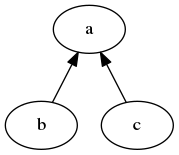
The Graphviz diagram simple.png in CustomProgrammingSolutions/PythonMRO, before a commit. Its source is kept beside it as simple.dot.
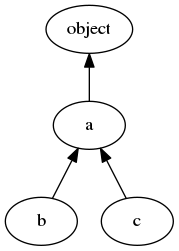
The same diagram one commit later.

Change to the diagram source:
```diff
@@ -1,4 +1,5 @@
 digraph {
+    object -> a [dir=back];
     a -> b [dir=back];
     a -> c [dir=back];
 }
```
